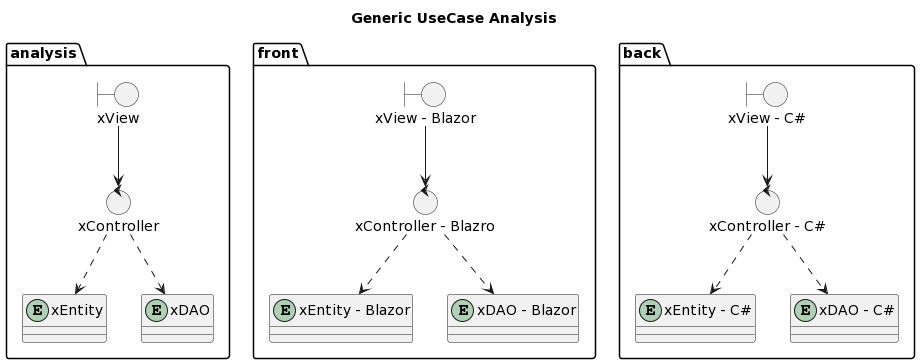
Earlier version of the PlantUML export out/DesignView/UseCaseDesign/UseCaseDesign.png (wsmcbl/wsmcbl.doc).
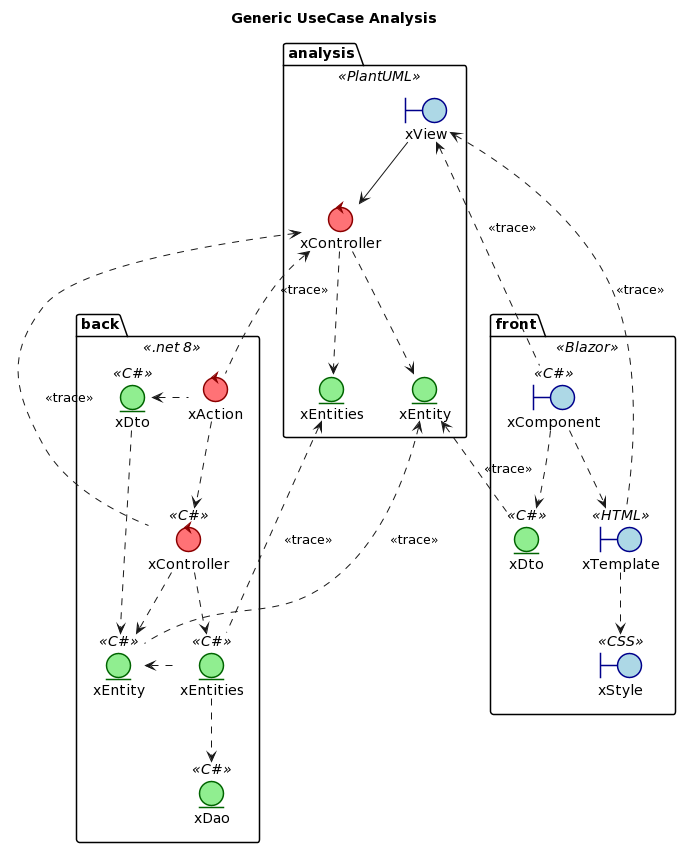
Later version of the same file.

Commit message:
Feat: Update design view

Change to the diagram source:
```diff
@@ -1,38 +1,70 @@
 @startuml
-allow_mixing
 title Generic UseCase Analysis
 
-namespace analysis {
+skinparam boundary {
+    BackgroundColor LightBlue
+    BorderColor DarkBlue
+    BorderThickness 1.5
+}
+
+skinparam control {
+    BackgroundColor #ff7276
+    BorderColor DarkRed
+    BorderThickness 1.5
+}
+
+skinparam entity {
+    BackgroundColor LightGreen
+    BorderColor DarkGreen
+    BorderThickness 1.5
+}
+
+package analysis <<PlantUML>>{
     boundary xView
     control xController
     entity xEntity
-    entity xDAO
+    entity xEntities
 
     xView --> xController
-    xController ..> xEntity
-    xController ..> xDAO
+    xController .-> xEntity
+    xController ..> xEntities
 }
 
-namespace front{
-    boundary "xView - Blazor" as xViewF
-    boundary "xView - Blazor" as xViewF
-    control "xController - Blazro" as xControllerF
-    entity "xEntity - Blazor" as xEntity
-    entity "xDAO - Blazor" as xDAO
+package front <<Blazor>>{
+    boundary xTemplate <<HTML>>
+    boundary xStyle <<CSS>>
+    boundary xComponent <<C#>>
+    entity xDto <<C#>>
 
-    xViewF --> xControllerF
-    xControllerF ..> xEntity
-    xControllerF ..> xDAO
+    xComponent ..> xDto
+    xComponent ..> xTemplate
+    xTemplate ..> xStyle
 }
 
-namespace back{
-    boundary "xView - C#" as xViewB
-    control "xController - C#" as xControllerB
-    entity "xEntity - C#" as xEntity
-    entity "xDAO - C#" as xDAO
+package back <<.net 8>>{
+    control xAction
+    control b.xController as "xController" <<C#>>
 
-    xViewB --> xControllerB
-    xControllerB ..> xEntity
-    xControllerB ..> xDAO
+    entity b.xDto as "xDto" <<C#>>
+    entity b.xEntity as "xEntity" <<C#>>
+    entity b.xEntities as "xEntities" <<C#>>
+    entity xDao <<C#>>
+
+    xAction ..> b.xController
+    xAction .left.> b.xDto
+    b.xController ..> b.xEntity
+    b.xController ..> b.xEntities
+    b.xDto ..> b.xEntity
+    b.xEntities .left.> b.xEntity
+    b.xEntities ..> xDao
 }
+xAction .up.> xController : <<trace>>
+b.xController .up.> xController : <<trace>>
+b.xEntity .up.> xEntity : <<trace>>
+b.xEntities .up.> xEntities : <<trace>>
+
+
+xComponent .up.> xView : <<trace>>
+xTemplate .up.> xView : <<trace>>
+xDto .up.> xEntity : <<trace>>
 @enduml
```
